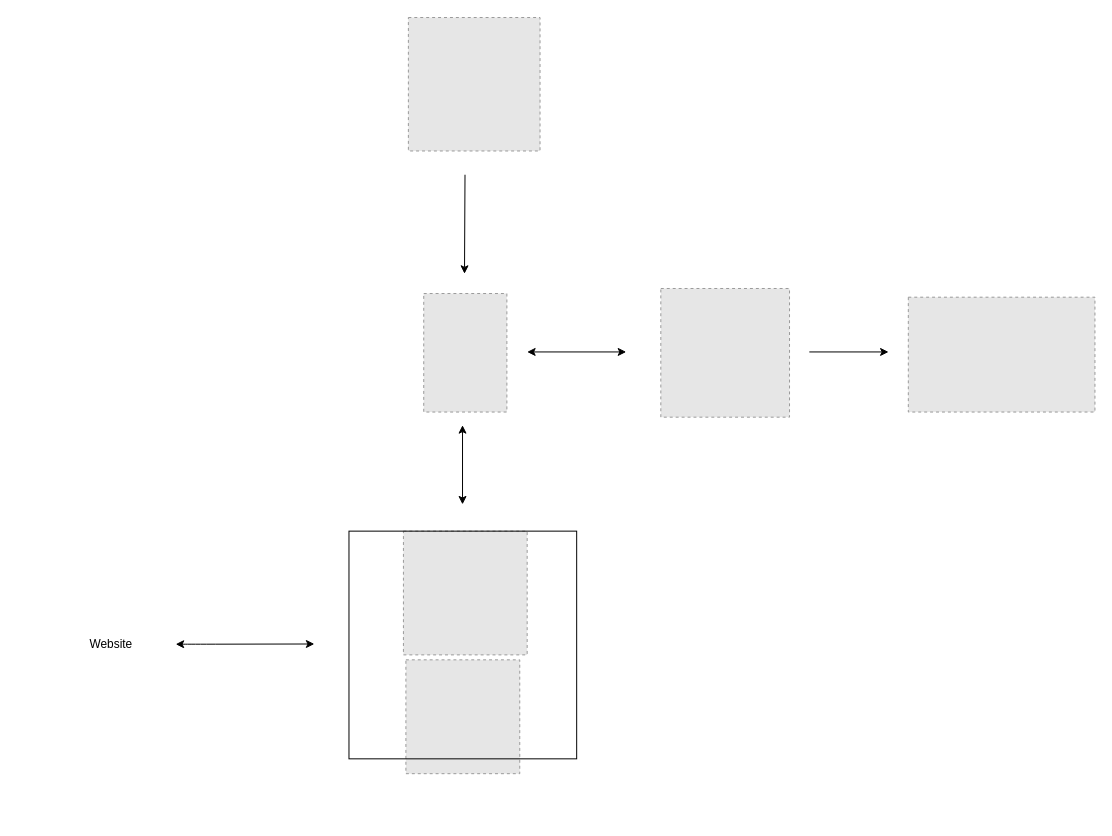
The draw.io diagram Research/schema.drawio in vives-project-xp/SimLabVerpleegoproep, before the edit. Source tidied: cells renumbered, new cells numbered last; positions are measured from the earlier drawing's top-left corner, leaving out a move shared by most shapes. Both pictures are drawn from the tidied source at 99%, with x=0, y=0 at pixel (37, 17). Pictures stored in the file or linked from it are replaced by grey dashed boxes.
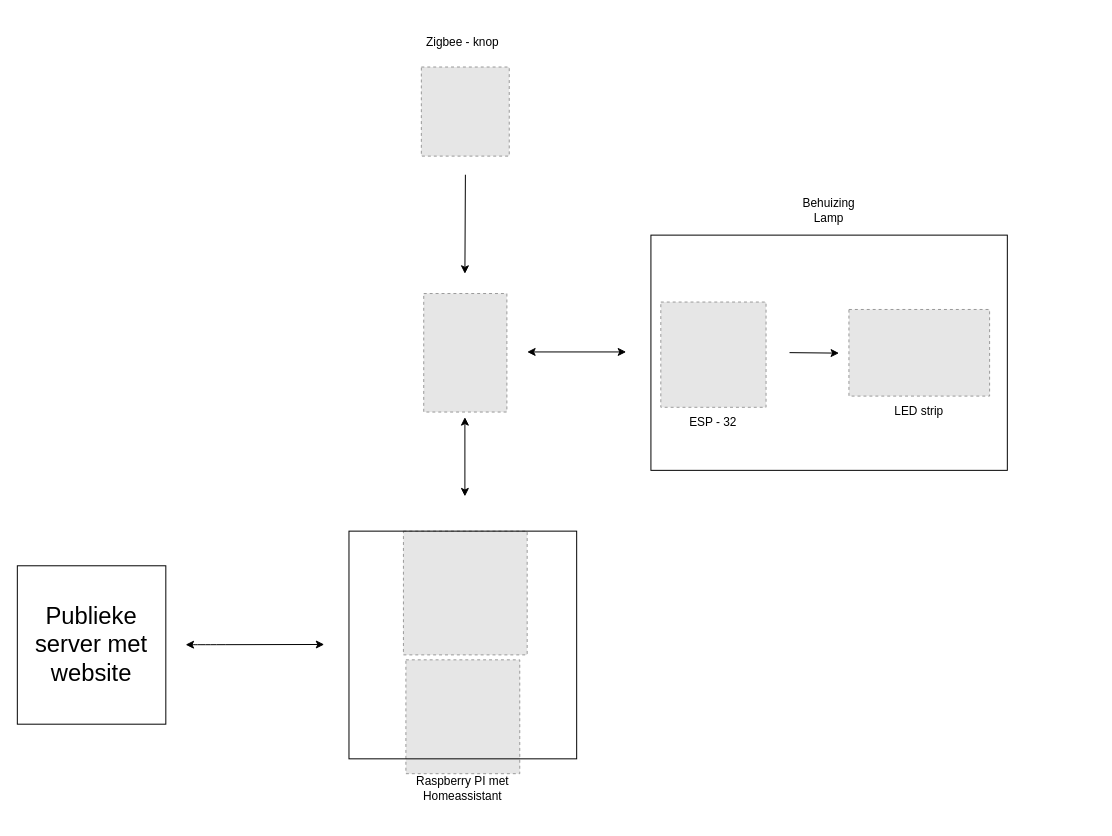
The same page after the edit.

Commit message (it also covers changes not shown here):
Update schema architectuur

Change to the diagram source:
```diff
@@
+    <mxCell id="15" style="whiteSpace=wrap;html=1;fillColor=none;" parent="1" vertex="1">
+      <mxGeometry x="620" y="220" width="360" height="237.6" as="geometry" />
+    </mxCell>
     <mxCell id="2" style="fillColor=#E6E6E6;strokeColor=#999999;dashed=1;verticalLabelPosition=bottom;labelBackgroundColor=default;verticalAlign=top;" parent="1" vertex="1">
-      <mxGeometry x="630" y="273.9" width="130" height="130" as="geometry" />
+      <mxGeometry x="630" y="287.6" width="106.3" height="106.3" as="geometry" />
     </mxCell>
     <mxCell id="3" style="fillColor=#E6E6E6;strokeColor=#999999;dashed=1;verticalLabelPosition=bottom;labelBackgroundColor=default;verticalAlign=top;" parent="1" vertex="1">
-      <mxGeometry x="880" y="282.7" width="188.5" height="116" as="geometry" />
+      <mxGeometry x="820" y="295.1" width="142.1" height="87.5" as="geometry" />
     </mxCell>
@@
     <mxCell id="8" style="endArrow=classic;startArrow=classic;html=1;" parent="1" edge="1">
       <mxGeometry relative="1" as="geometry">
-        <mxPoint x="429.7" y="492" as="sourcePoint" />
-        <mxPoint x="429.7" y="412" as="targetPoint" />
+        <mxPoint x="432.1" y="483.9" as="sourcePoint" />
+        <mxPoint x="432.1" y="403.9" as="targetPoint" />
       </mxGeometry>
     </mxCell>
     <mxCell id="9" style="endArrow=classic;html=1;" parent="1" edge="1">
       <mxGeometry relative="1" as="geometry">
-        <mxPoint x="432.2" y="159" as="sourcePoint" />
-        <mxPoint x="431.7" y="259" as="targetPoint" />
+        <mxPoint x="432.6" y="159" as="sourcePoint" />
+        <mxPoint x="432.1" y="259" as="targetPoint" />
       </mxGeometry>
     </mxCell>
     <mxCell id="10" style="fillColor=#E6E6E6;strokeColor=#999999;dashed=1;verticalLabelPosition=bottom;labelBackgroundColor=default;verticalAlign=top;" parent="1" vertex="1">
-      <mxGeometry x="375" y="0.2" width="133" height="134.8" as="geometry" />
+      <mxGeometry x="388.1" y="50.2" width="88.8" height="90" as="geometry" />
     </mxCell>
@@
     <mxCell id="12" style="endArrow=classic;html=1;" parent="1" edge="1">
       <mxGeometry relative="1" as="geometry">
-        <mxPoint x="780" y="338" as="sourcePoint" />
-        <mxPoint x="860" y="338" as="targetPoint" />
+        <mxPoint x="760" y="338.7" as="sourcePoint" />
+        <mxPoint x="810" y="339.2" as="targetPoint" />
       </mxGeometry>
     </mxCell>
-    <mxCell id="13" value="Website" style="text;html=1;align=center;verticalAlign=middle;whiteSpace=wrap;rounded=0;" parent="1" vertex="1">
-      <mxGeometry y="589" width="150" height="90" as="geometry" />
-    </mxCell>
     <mxCell id="14" style="endArrow=classic;startArrow=classic;html=1;" parent="1" edge="1">
       <mxGeometry relative="1" as="geometry">
-        <mxPoint x="140" y="633.2" as="sourcePoint" />
-        <mxPoint x="280" y="633" as="targetPoint" />
+        <mxPoint x="150" y="633.7" as="sourcePoint" />
+        <mxPoint x="290" y="633.5" as="targetPoint" />
         <Array as="points">
-          <mxPoint x="150" y="633.2" />
-          <mxPoint x="170" y="633.2" />
+          <mxPoint x="160" y="633.7" />
+          <mxPoint x="180" y="633.7" />
         </Array>
       </mxGeometry>
     </mxCell>
+    <mxCell id="16" value="Zigbee - knop" style="text;strokeColor=none;align=center;fillColor=none;html=1;verticalAlign=middle;whiteSpace=wrap;rounded=0;" parent="1" vertex="1">
+      <mxGeometry x="385" y="10.2" width="90" height="30" as="geometry" />
+    </mxCell>
+    <mxCell id="17" value="ESP - 32" style="text;strokeColor=none;align=center;fillColor=none;html=1;verticalAlign=middle;whiteSpace=wrap;rounded=0;" parent="1" vertex="1">
+      <mxGeometry x="653.2" y="393.9" width="60" height="30" as="geometry" />
+    </mxCell>
+    <mxCell id="18" value="&lt;font style=&quot;font-size: 24px;&quot;&gt;Publieke server met website&lt;/font&gt;" style="whiteSpace=wrap;html=1;" parent="1" vertex="1">
+      <mxGeometry x="-20" y="554" width="150" height="160" as="geometry" />
+    </mxCell>
+    <mxCell id="19" value="Raspberry PI met Homeassistant" style="text;strokeColor=none;align=center;fillColor=none;html=1;verticalAlign=middle;whiteSpace=wrap;rounded=0;" parent="1" vertex="1">
+      <mxGeometry x="360" y="749" width="140" height="60" as="geometry" />
+    </mxCell>
+    <mxCell id="20" value="Behuizing Lamp" style="text;strokeColor=none;align=center;fillColor=none;html=1;verticalAlign=middle;whiteSpace=wrap;rounded=0;" parent="1" vertex="1">
+      <mxGeometry x="770" y="180.2" width="60" height="30" as="geometry" />
+    </mxCell>
+    <mxCell id="21" value="LED strip" style="text;strokeColor=none;align=center;fillColor=none;html=1;verticalAlign=middle;whiteSpace=wrap;rounded=0;" parent="1" vertex="1">
+      <mxGeometry x="861.1" y="382.6" width="60" height="30" as="geometry" />
+    </mxCell>
```
